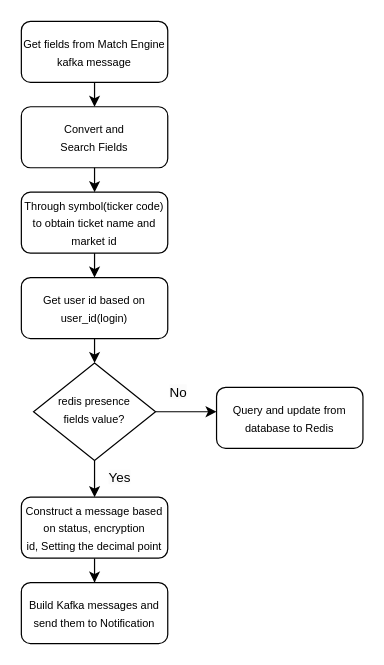
wangchengxu/Diagram keeps this draw.io diagram as handle_kafka_workflow.drawio. Above is the earlier version. Source tidied: cells renumbered, new cells numbered last; positions are measured from the earlier drawing's top-left corner, leaving out a move shared by most shapes. Both pictures are drawn from the tidied source at 122%, with x=0, y=0 at pixel (21, 21).
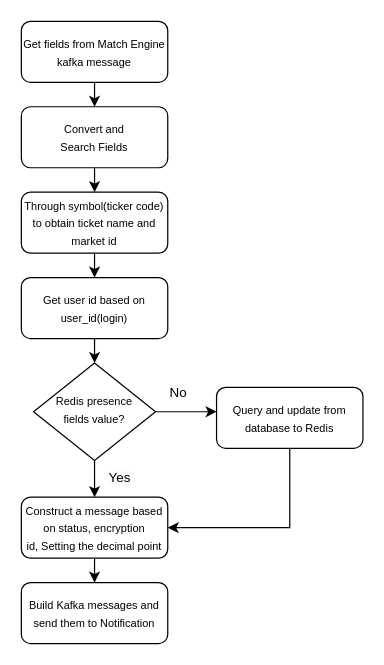
The same diagram, later.

The change refers to these unchanged cells:
```xml
<mxCell id="8" value="&lt;font style=&quot;font-size: 9px;&quot;&gt;Construct a message based on status, encryption id,&amp;nbsp;Setting the decimal point&lt;/font&gt;" style="rounded=1;whiteSpace=wrap;html=1;fontSize=12;glass=0;strokeWidth=1;shadow=0;" parent="1" vertex="1">
  <mxGeometry y="390" width="120" height="50" as="geometry" />
</mxCell>
<mxCell id="17" value="&lt;font style=&quot;font-size: 9px;&quot;&gt;Query and update from database to Redis&lt;/font&gt;" style="rounded=1;whiteSpace=wrap;html=1;fontSize=12;glass=0;strokeWidth=1;shadow=0;" parent="1" vertex="1">
  <mxGeometry x="160" y="300" width="120" height="50" as="geometry" />
</mxCell>
```

The edit, as a diff of the source:
```diff
@@
-    <mxCell id="4" value="&lt;font style=&quot;font-size: 9px;&quot;&gt;redis presence &lt;br&gt;fields value?&lt;/font&gt;" style="rhombus;whiteSpace=wrap;html=1;shadow=0;fontFamily=Helvetica;fontSize=12;align=center;strokeWidth=1;spacing=6;spacingTop=-4;" parent="1" vertex="1">
+    <mxCell id="4" value="&lt;font style=&quot;font-size: 9px;&quot;&gt;Redis presence &lt;br&gt;fields value?&lt;/font&gt;" style="rhombus;whiteSpace=wrap;html=1;shadow=0;fontFamily=Helvetica;fontSize=12;align=center;strokeWidth=1;spacing=6;spacingTop=-4;" parent="1" vertex="1">
       <mxGeometry x="10" y="280" width="100" height="80" as="geometry" />
     </mxCell>
@@
+    <mxCell id="19" style="endArrow=classic;html=1;rounded=0;exitX=0.5;exitY=1;exitDx=0;exitDy=0;entryX=1;entryY=0.5;entryDx=0;entryDy=0;" parent="1" edge="1" source="17" target="8">
+      <mxGeometry relative="1" as="geometry">
+        <Array as="points">
+          <mxPoint x="220" y="415" />
+        </Array>
+      </mxGeometry>
+    </mxCell>
```
